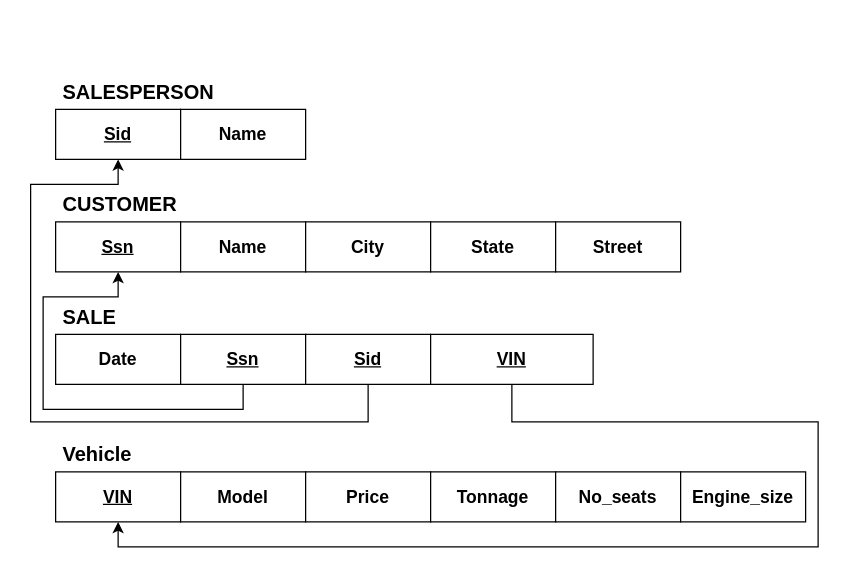
The draw.io diagram page "ExerciseC" (4 of 6) of EERD and Relational Schema.drawio in HAZberi/ensf-608-assignment1-eerd, before the edit. Source tidied: cells renumbered, new cells numbered last; positions are measured from the earlier drawing's top-left corner, leaving out a move shared by most shapes. Both pictures are drawn from the tidied source at 125%, with x=0, y=0 at pixel (30, 71).
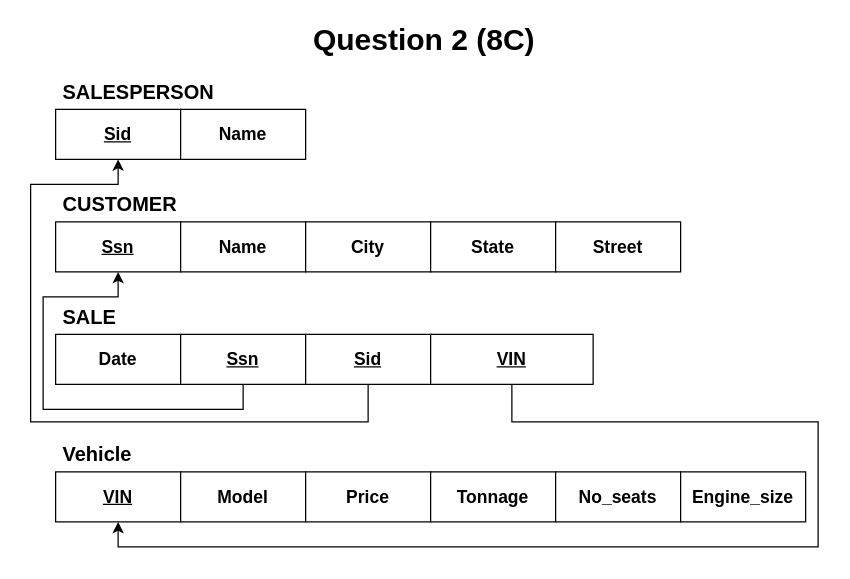
The same page after the edit.

Change to the diagram source:
```diff
@@
+    <mxCell id="29" value="&lt;font style=&quot;font-size: 24px;&quot;&gt;&lt;b&gt;Question 2 (8C)&lt;br&gt;&lt;/b&gt;&lt;/font&gt;" style="text;html=1;strokeColor=none;fillColor=none;align=center;verticalAlign=middle;whiteSpace=wrap;rounded=0;" parent="1" vertex="1">
+      <mxGeometry x="210" y="-40" width="210" height="30" as="geometry" />
+    </mxCell>
```
